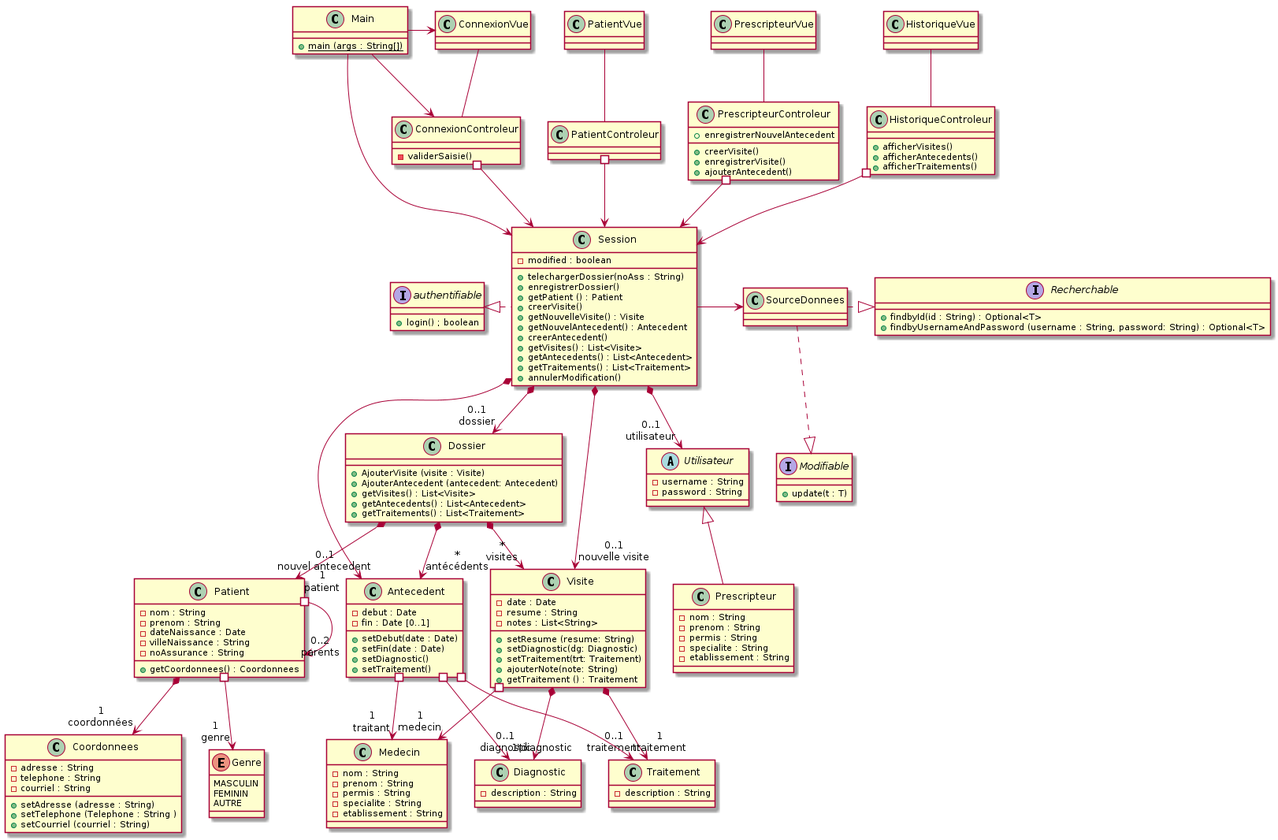
This is models/Diagramme_Classes/medecin/class_diagram_medecin_mvc.png from fethiuqam/INF5153-Projet-Session, a PlantUML export, as it was before one commit.
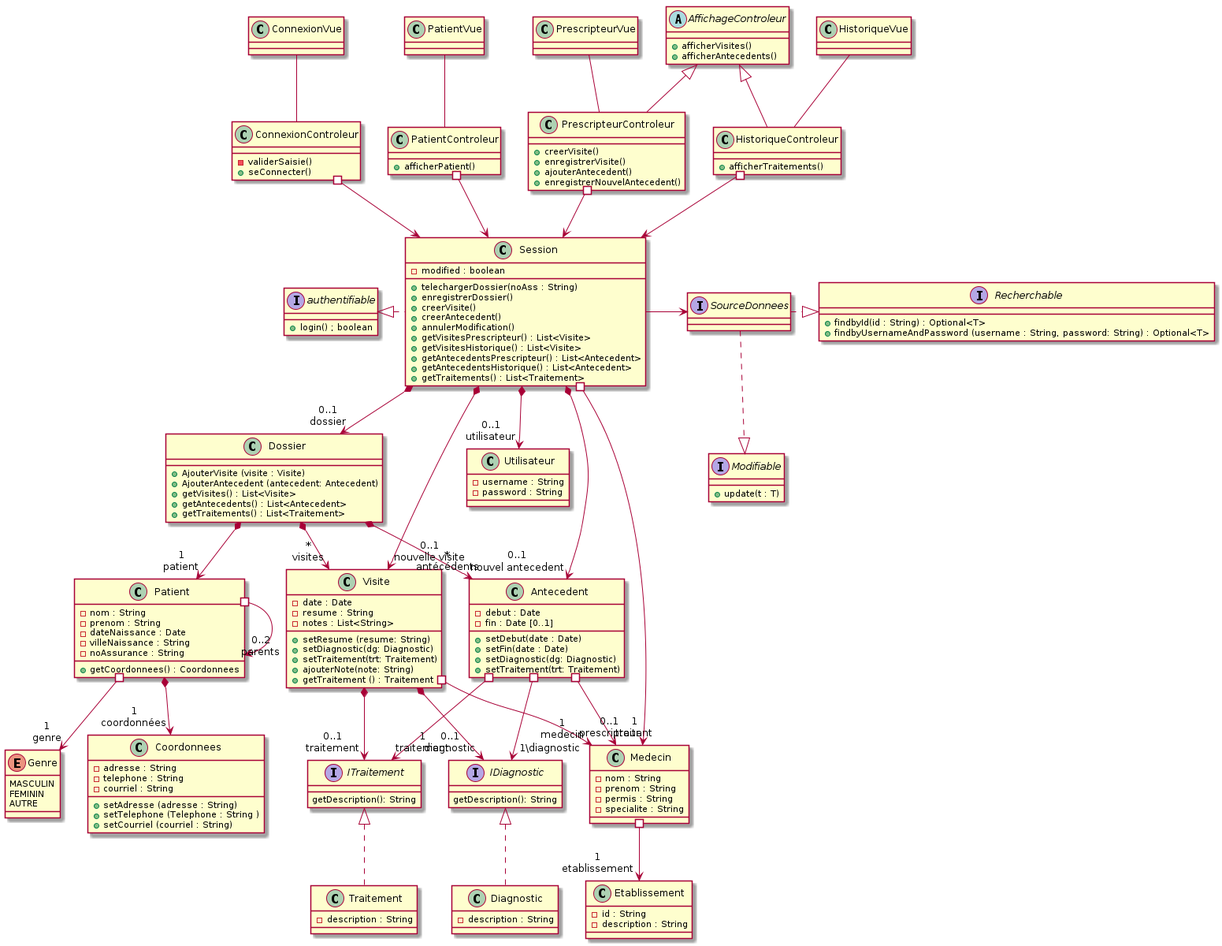
After the change.

Commit message:
modification du diagramme de classe du medecin

Change to the diagram source:
```diff
@@ -48,13 +48,20 @@
     - fin : Date [0..1]
     + setDebut(date : Date)
     + setFin(date : Date)
-    + setDiagnostic()
-    + setTraitement()
+    + setDiagnostic(dg: Diagnostic)
+    + setTraitement(trt: Traitement)
 }
 
+interface IDiagnostic {
+    getDescription(): String
+}
 
 class Diagnostic {
     - description : String
+}
+
+interface ITraitement {
+    getDescription(): String
 }
 
 class Traitement {
@@ -66,23 +73,19 @@
     - prenom : String
     - permis : String
     - specialite : String
-    - etablissement : String
 }
 
-abstract Utilisateur {
+class Etablissement {
+    - id : String
+    - description : String
+}
+
+class Utilisateur {
     - username : String
     - password : String
     }
 
-class Prescripteur {
-    - nom : String
-    - prenom : String
-    - permis : String
-    - specialite : String
-    - etablissement : String
-}
-
-class SourceDonnees {
+Interface SourceDonnees {
 
 }
 
@@ -99,15 +102,14 @@
     - modified : boolean
     + telechargerDossier(noAss : String)
     + enregistrerDossier()
-    + getPatient () : Patient
     + creerVisite()
-    + getNouvelleVisite() : Visite
-    + getNouvelAntecedent() : Antecedent
     + creerAntecedent()
-    + getVisites() : List<Visite>
-    + getAntecedents() : List<Antecedent>
+    + annulerModification()
+    + getVisitesPrescripteur() : List<Visite>
+    + getVisitesHistorique() : List<Visite>
+    + getAntecedentsPrescripteur() : List<Antecedent>
+    + getAntecedentsHistorique() : List<Antecedent>
     + getTraitements() : List<Traitement>
-    + annulerModification()
 }
 
 interface authentifiable {
@@ -119,6 +121,7 @@
 
 class ConnexionControleur {
     - validerSaisie()
+    + seConnecter()
 }
 
 class PatientVue{
@@ -134,25 +137,25 @@
 }
 
 class PatientControleur {
+    + afficherPatient()
+}
 
+abstract class AffichageControleur{
+    + afficherVisites()
+    + afficherAntecedents()
 }
 
 class PrescripteurControleur {
     + creerVisite()
     + enregistrerVisite()
     + ajouterAntecedent()
-    + enregistrerNouvelAntecedent
+    + enregistrerNouvelAntecedent()
 }
 
 class HistoriqueControleur {
-    + afficherVisites()
-    + afficherAntecedents()
     + afficherTraitements()
 }
 
-class Main {
-        + {static} main (args : String[])
-    }
 
 Patient *--> "1\ncoordonnées" Coordonnees
 Patient #--> "0..2\nparents" Patient
@@ -162,13 +165,20 @@
 Dossier *--> "*\nantécédents" Antecedent
 Dossier *--> "1\npatient" Patient
 
-Visite *--> "0..1\ndiagnostic" Diagnostic
-Visite *--> "0..1\ntraitement" Traitement
+Visite *--> "0..1\ndiagnostic" IDiagnostic
+Visite *--> "0..1\ntraitement" ITraitement
 Visite #--> "1\nmedecin" Medecin
 
 Antecedent #--> "1\ntraitant" Medecin
-Antecedent #--> "1\diagnostic" Diagnostic
-Antecedent #--> "1\ntraitement" Traitement
+Antecedent #--> "1\diagnostic" IDiagnostic
+Antecedent #--> "1\ntraitement" ITraitement
+
+IDiagnostic <|.. Diagnostic
+ITraitement <|.. Traitement
+
+Medecin #--> "1\netablissement" Etablissement
+
+
 
 Session *--> "0..1\ndossier" Dossier
 
@@ -177,6 +187,7 @@
 Session *--> "0..1\nnouvel antecedent" Antecedent
 Session *--> "0..1\nutilisateur" Utilisateur
 Session .l.|> authentifiable
+Session #--> "0..1\nprescripteur" Medecin
 
 SourceDonnees .d.|> Modifiable
 SourceDonnees  .|> Recherchable
@@ -192,10 +203,9 @@
 PrescripteurControleur #--> Session
 HistoriqueControleur #--> Session
 
-Utilisateur <|-- Prescripteur
 
-Main -> ConnexionVue
-Main --> ConnexionControleur
-Main --> Session
+AffichageControleur <|-- PrescripteurControleur
+AffichageControleur <|-- HistoriqueControleur
+
 
 @enduml
```
